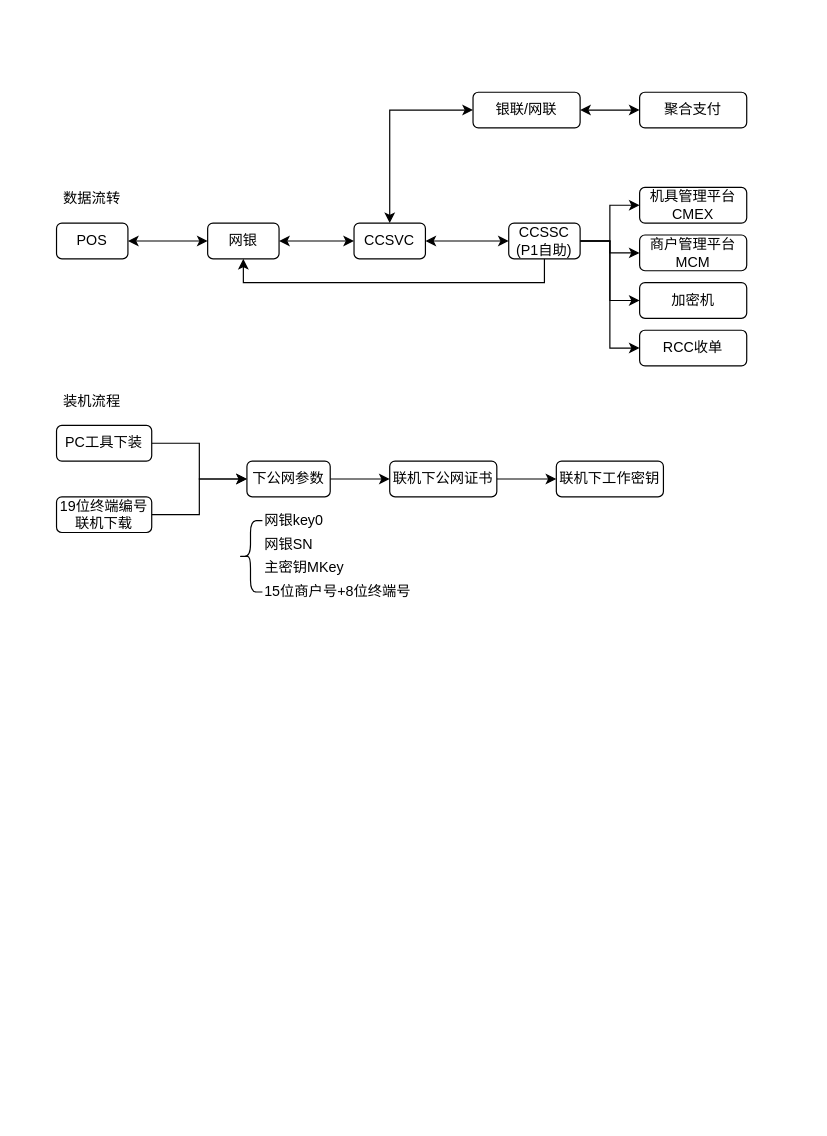
Before: KeyStruct-FT.drawio in xin78693304/mycharts, a draw.io diagram. Source tidied: cells renumbered, new cells numbered last; positions are measured from the earlier drawing's top-left corner, leaving out a move shared by most shapes. Both pictures are drawn from the tidied source at 119%, with x=0, y=0 at pixel (56, 92).
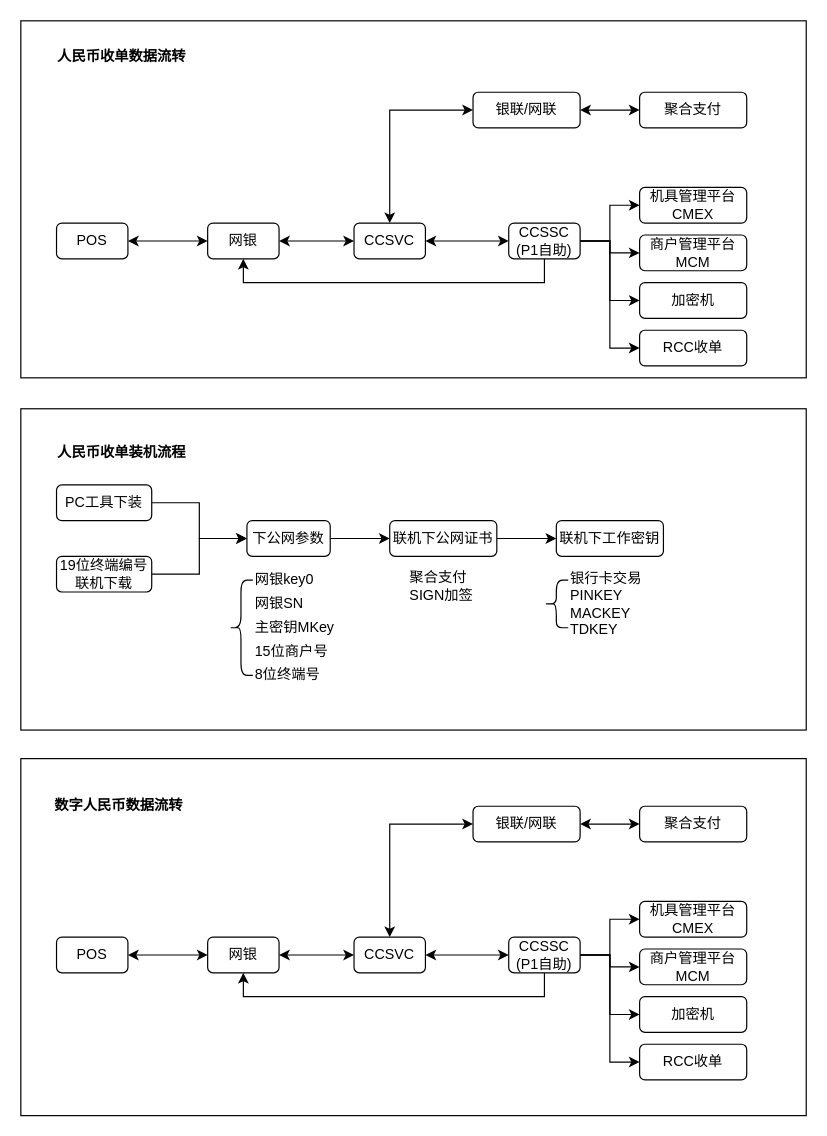
Above is the later version.

The edit, as a diff of the source:
```diff
@@
+    <mxCell id="38" style="rounded=0;whiteSpace=wrap;html=1;align=left;" parent="1" vertex="1">
+      <mxGeometry x="-30" y="560" width="660" height="300" as="geometry" />
+    </mxCell>
+    <mxCell id="39" style="rounded=0;whiteSpace=wrap;html=1;align=left;" parent="1" vertex="1">
+      <mxGeometry x="-30" y="266" width="660" height="270" as="geometry" />
+    </mxCell>
+    <mxCell id="40" style="rounded=0;whiteSpace=wrap;html=1;align=left;" parent="1" vertex="1">
+      <mxGeometry x="-30" y="-60" width="660" height="300" as="geometry" />
+    </mxCell>
@@
-    <mxCell id="15" value="数据流转" style="text;html=1;strokeColor=none;fillColor=none;align=center;verticalAlign=middle;whiteSpace=wrap;rounded=0;" parent="1" vertex="1">
-      <mxGeometry y="80" width="60" height="20" as="geometry" />
+    <mxCell id="15" value="人民币收单数据流转" style="text;html=1;strokeColor=none;fillColor=none;align=center;verticalAlign=middle;whiteSpace=wrap;rounded=0;fontStyle=1;" parent="1" vertex="1">
+      <mxGeometry y="-40" width="110" height="20" as="geometry" />
     </mxCell>
@@
     <mxCell id="17" value="下公网参数" style="rounded=1;whiteSpace=wrap;html=1;" parent="1" vertex="1">
-      <mxGeometry x="160" y="310" width="70" height="30" as="geometry" />
+      <mxGeometry x="160" y="360" width="70" height="30" as="geometry" />
     </mxCell>
@@
     <mxCell id="21" value="PC工具下装" style="rounded=1;whiteSpace=wrap;html=1;" parent="1" vertex="1">
-      <mxGeometry y="280" width="80" height="30" as="geometry" />
+      <mxGeometry y="330" width="80" height="30" as="geometry" />
     </mxCell>
@@
     <mxCell id="23" value="19位终端编号联机下载" style="rounded=1;whiteSpace=wrap;html=1;" parent="1" vertex="1">
-      <mxGeometry y="340" width="80" height="30" as="geometry" />
+      <mxGeometry y="390" width="80" height="30" as="geometry" />
     </mxCell>
     <mxCell id="24" value="网银key0" style="text;html=1;strokeColor=none;fillColor=none;align=left;verticalAlign=middle;whiteSpace=wrap;rounded=0;" parent="1" vertex="1">
-      <mxGeometry x="173" y="350" width="60" height="20" as="geometry" />
+      <mxGeometry x="165" y="400" width="60" height="20" as="geometry" />
     </mxCell>
     <mxCell id="25" value="网银SN" style="text;html=1;strokeColor=none;fillColor=none;align=left;verticalAlign=middle;whiteSpace=wrap;rounded=0;" parent="1" vertex="1">
-      <mxGeometry x="173" y="370" width="60" height="20" as="geometry" />
+      <mxGeometry x="165" y="420" width="60" height="20" as="geometry" />
     </mxCell>
     <mxCell id="26" value="主密钥MKey" style="text;html=1;strokeColor=none;fillColor=none;align=left;verticalAlign=middle;whiteSpace=wrap;rounded=0;" parent="1" vertex="1">
-      <mxGeometry x="173" y="390" width="80" height="20" as="geometry" />
+      <mxGeometry x="165" y="440" width="80" height="20" as="geometry" />
     </mxCell>
-    <mxCell id="27" value="15位商户号+8位终端号" style="text;html=1;strokeColor=none;fillColor=none;align=left;verticalAlign=middle;whiteSpace=wrap;rounded=0;" parent="1" vertex="1">
-      <mxGeometry x="173" y="410" width="130" height="20" as="geometry" />
+    <mxCell id="27" value="15位商户号" style="text;html=1;strokeColor=none;fillColor=none;align=left;verticalAlign=middle;whiteSpace=wrap;rounded=0;" parent="1" vertex="1">
+      <mxGeometry x="165" y="460" width="130" height="20" as="geometry" />
     </mxCell>
     <mxCell id="28" style="shape=curlyBracket;whiteSpace=wrap;html=1;rounded=1;align=left;" parent="1" vertex="1">
-      <mxGeometry x="153" y="360" width="20" height="60" as="geometry" />
+      <mxGeometry x="145" y="410" width="20" height="80" as="geometry" />
     </mxCell>
@@
     <mxCell id="30" value="联机下公网证书" style="rounded=1;whiteSpace=wrap;html=1;" parent="1" vertex="1">
-      <mxGeometry x="280" y="310" width="90" height="30" as="geometry" />
+      <mxGeometry x="280" y="360" width="90" height="30" as="geometry" />
     </mxCell>
-    <mxCell id="31" value="装机流程" style="text;html=1;strokeColor=none;fillColor=none;align=center;verticalAlign=middle;whiteSpace=wrap;rounded=0;" parent="1" vertex="1">
-      <mxGeometry y="250" width="60" height="20" as="geometry" />
+    <mxCell id="31" value="人民币收单装机流程" style="text;html=1;strokeColor=none;fillColor=none;align=center;verticalAlign=middle;whiteSpace=wrap;rounded=0;fontStyle=1;" parent="1" vertex="1">
+      <mxGeometry x="-15" y="293" width="140" height="20" as="geometry" />
     </mxCell>
@@
     <mxCell id="37" value="联机下工作密钥" style="rounded=1;whiteSpace=wrap;html=1;" parent="1" vertex="1">
-      <mxGeometry x="420" y="310" width="90" height="30" as="geometry" />
+      <mxGeometry x="420" y="360" width="90" height="30" as="geometry" />
     </mxCell>
+    <mxCell id="41" value="8位终端号" style="text;html=1;strokeColor=none;fillColor=none;align=left;verticalAlign=middle;whiteSpace=wrap;rounded=0;" parent="1" vertex="1">
+      <mxGeometry x="165" y="480" width="130" height="20" as="geometry" />
+    </mxCell>
+    <mxCell id="42" value="聚合支付SIGN加签" style="text;html=1;strokeColor=none;fillColor=none;align=left;verticalAlign=middle;whiteSpace=wrap;rounded=0;" parent="1" vertex="1">
+      <mxGeometry x="295" y="400" width="65" height="30" as="geometry" />
+    </mxCell>
+    <mxCell id="43" value="银行卡交易&lt;br&gt;PINKEY&lt;br&gt;MACKEY&lt;br&gt;TDKEY" style="text;html=1;strokeColor=none;fillColor=none;align=left;verticalAlign=middle;whiteSpace=wrap;rounded=0;" parent="1" vertex="1">
+      <mxGeometry x="430" y="395" width="80" height="70" as="geometry" />
+    </mxCell>
+    <mxCell id="44" style="shape=curlyBracket;whiteSpace=wrap;html=1;rounded=1;align=left;" parent="1" vertex="1">
+      <mxGeometry x="410" y="410" width="20" height="40" as="geometry" />
+    </mxCell>
+    <mxCell id="45" style="rounded=1;jettySize=auto;html=1;strokeWidth=1;startArrow=classic;startFill=1;" parent="1" edge="1" source="46" target="48">
+      <mxGeometry relative="1" as="geometry" />
+    </mxCell>
+    <mxCell id="46" value="POS" style="rounded=1;whiteSpace=wrap;html=1;" parent="1" vertex="1">
+      <mxGeometry y="710" width="60" height="30" as="geometry" />
+    </mxCell>
+    <mxCell id="47" style="edgeStyle=orthogonalEdgeStyle;rounded=0;jettySize=auto;html=1;startArrow=classic;startFill=1;" parent="1" edge="1" source="48" target="51">
+      <mxGeometry relative="1" as="geometry" />
+    </mxCell>
+    <mxCell id="48" value="网银" style="rounded=1;whiteSpace=wrap;html=1;" parent="1" vertex="1">
+      <mxGeometry x="127" y="710" width="60" height="30" as="geometry" />
+    </mxCell>
+    <mxCell id="49" style="edgeStyle=orthogonalEdgeStyle;rounded=0;jettySize=auto;html=1;startArrow=classic;startFill=1;" parent="1" edge="1" source="51" target="57">
+      <mxGeometry relative="1" as="geometry" />
+    </mxCell>
+    <mxCell id="50" style="edgeStyle=orthogonalEdgeStyle;rounded=0;jettySize=auto;html=1;entryX=0;entryY=0.5;entryDx=0;entryDy=0;startArrow=classic;startFill=1;" parent="1" edge="1" source="51" target="64">
+      <mxGeometry relative="1" as="geometry">
+        <Array as="points">
+          <mxPoint x="280" y="615" />
+        </Array>
+      </mxGeometry>
+    </mxCell>
+    <mxCell id="51" value="CCSVC" style="rounded=1;whiteSpace=wrap;html=1;" parent="1" vertex="1">
+      <mxGeometry x="250" y="710" width="60" height="30" as="geometry" />
+    </mxCell>
+    <mxCell id="52" style="edgeStyle=orthogonalEdgeStyle;rounded=0;jettySize=auto;html=1;entryX=0.5;entryY=1;entryDx=0;entryDy=0;" parent="1" edge="1" source="57" target="48">
+      <mxGeometry relative="1" as="geometry">
+        <Array as="points">
+          <mxPoint x="410" y="760" />
+          <mxPoint x="157" y="760" />
+        </Array>
+      </mxGeometry>
+    </mxCell>
+    <mxCell id="53" style="edgeStyle=orthogonalEdgeStyle;rounded=0;jettySize=auto;html=1;entryX=0;entryY=0.5;entryDx=0;entryDy=0;" parent="1" edge="1" source="57" target="59">
+      <mxGeometry relative="1" as="geometry" />
+    </mxCell>
+    <mxCell id="54" style="edgeStyle=orthogonalEdgeStyle;rounded=0;jettySize=auto;html=1;entryX=0;entryY=0.5;entryDx=0;entryDy=0;" parent="1" edge="1" source="57" target="60">
+      <mxGeometry relative="1" as="geometry" />
+    </mxCell>
+    <mxCell id="55" style="edgeStyle=orthogonalEdgeStyle;rounded=0;jettySize=auto;html=1;entryX=0;entryY=0.5;entryDx=0;entryDy=0;" parent="1" edge="1" source="57" target="61">
+      <mxGeometry relative="1" as="geometry" />
+    </mxCell>
+    <mxCell id="56" style="edgeStyle=orthogonalEdgeStyle;rounded=0;jettySize=auto;html=1;entryX=0;entryY=0.5;entryDx=0;entryDy=0;" parent="1" edge="1" source="57" target="62">
+      <mxGeometry relative="1" as="geometry" />
+    </mxCell>
+    <mxCell id="57" value="CCSSC&lt;br&gt;(P1自助)" style="rounded=1;whiteSpace=wrap;html=1;" parent="1" vertex="1">
+      <mxGeometry x="380" y="710" width="60" height="30" as="geometry" />
+    </mxCell>
+    <mxCell id="58" value="数字人民币数据流转" style="text;html=1;strokeColor=none;fillColor=none;align=center;verticalAlign=middle;whiteSpace=wrap;rounded=0;fontStyle=1;" parent="1" vertex="1">
+      <mxGeometry x="-5" y="590" width="115" height="20" as="geometry" />
+    </mxCell>
+    <mxCell id="59" value="机具管理平台CMEX" style="rounded=1;whiteSpace=wrap;html=1;" parent="1" vertex="1">
+      <mxGeometry x="490" y="680" width="90" height="30" as="geometry" />
+    </mxCell>
+    <mxCell id="60" value="商户管理平台MCM" style="rounded=1;whiteSpace=wrap;html=1;" parent="1" vertex="1">
+      <mxGeometry x="490" y="720" width="90" height="30" as="geometry" />
+    </mxCell>
+    <mxCell id="61" value="加密机" style="rounded=1;whiteSpace=wrap;html=1;" parent="1" vertex="1">
+      <mxGeometry x="490" y="760" width="90" height="30" as="geometry" />
+    </mxCell>
+    <mxCell id="62" value="RCC收单" style="rounded=1;whiteSpace=wrap;html=1;" parent="1" vertex="1">
+      <mxGeometry x="490" y="800" width="90" height="30" as="geometry" />
+    </mxCell>
+    <mxCell id="63" style="edgeStyle=orthogonalEdgeStyle;rounded=0;jettySize=auto;html=1;entryX=0;entryY=0.5;entryDx=0;entryDy=0;startArrow=classic;startFill=1;" parent="1" edge="1" source="64" target="65">
+      <mxGeometry relative="1" as="geometry" />
+    </mxCell>
+    <mxCell id="64" value="银联/网联" style="rounded=1;whiteSpace=wrap;html=1;" parent="1" vertex="1">
+      <mxGeometry x="350" y="600" width="90" height="30" as="geometry" />
+    </mxCell>
+    <mxCell id="65" value="聚合支付" style="rounded=1;whiteSpace=wrap;html=1;" parent="1" vertex="1">
+      <mxGeometry x="490" y="600" width="90" height="30" as="geometry" />
+    </mxCell>
```
